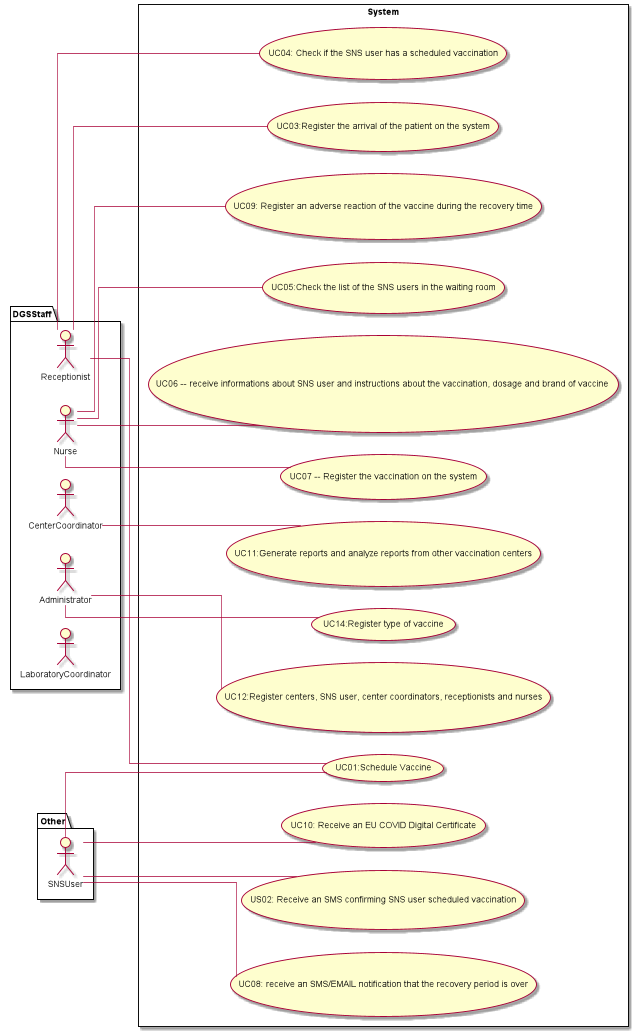
osnilas/SNSsystem keeps this PlantUML diagram as docs/SprintA/UCD.png. Above is the earlier version.
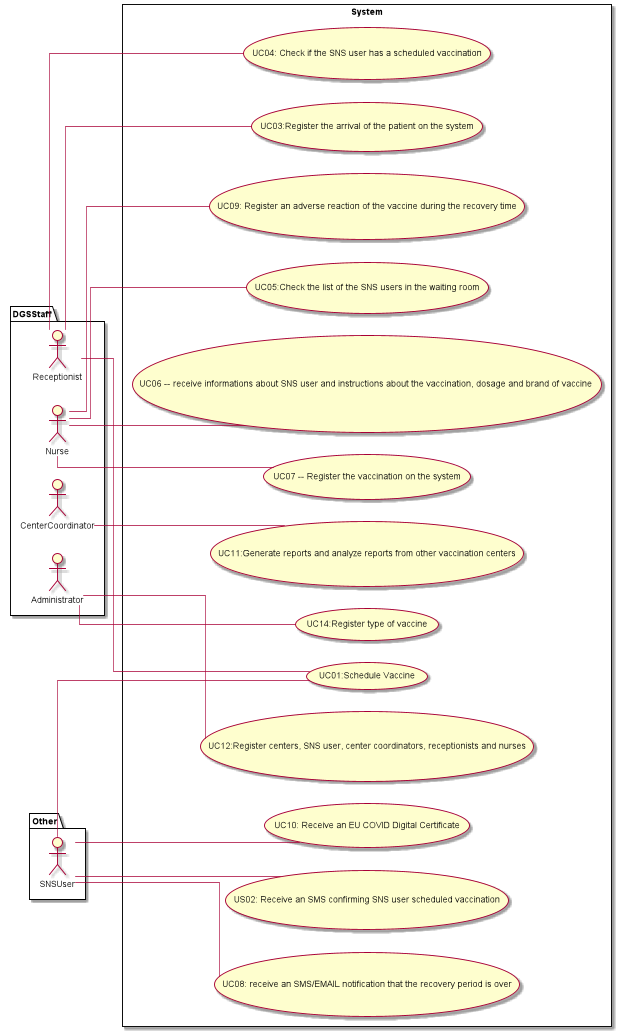
Above is the later version.

The edit, as a diff of the source:
```diff
@@ -7,7 +7,6 @@
   actor Nurse
   actor CenterCoordinator
   actor Administrator
-  actor LaboratoryCoordinator
 
 }
 package Other {
```
